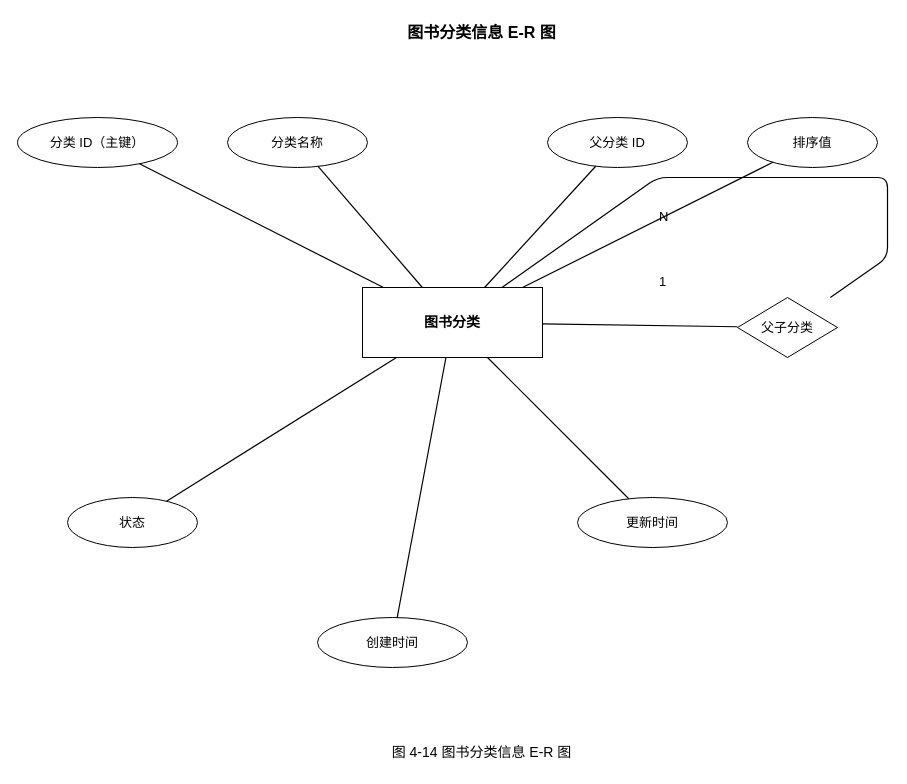
wujiangcai/drawio keeps this draw.io diagram as 4.10图书分类信息E-R图.drawio. Above is the earlier version. Source tidied: cells renumbered, new cells numbered last; positions are measured from the earlier drawing's top-left corner, leaving out a move shared by most shapes. Both pictures are drawn from the tidied source at 100%, with x=0, y=0 at pixel (17, 17).
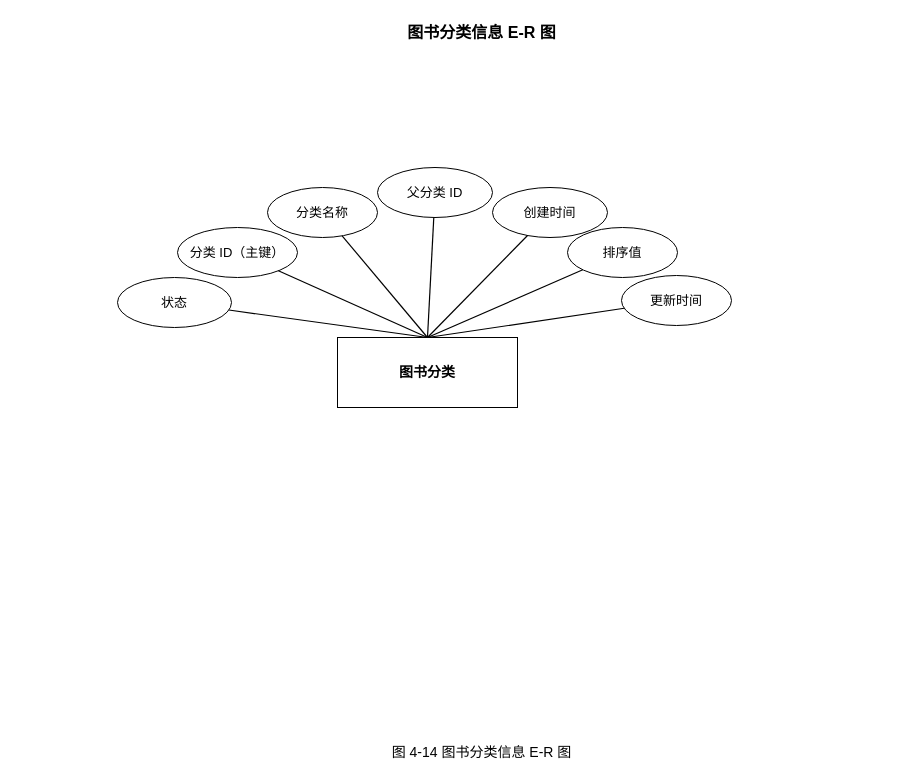
The same diagram, later.

Diff of the diagram source:
```diff
@@
     <mxCell id="3" value="图书分类" style="shape=rectangle;whiteSpace=wrap;html=1;strokeColor=#000000;fillColor=#ffffff;fontSize=14;fontStyle=1;align=center;verticalAlign=middle;" parent="1" vertex="1">
-      <mxGeometry x="345" y="270" width="180" height="70" as="geometry" />
+      <mxGeometry x="320" y="320" width="180" height="70" as="geometry" />
     </mxCell>
     <mxCell id="4" value="分类 ID（主键）" style="ellipse;whiteSpace=wrap;html=1;strokeColor=#000000;fillColor=#ffffff;fontSize=13;" parent="1" vertex="1">
-      <mxGeometry y="100" width="160" height="50" as="geometry" />
+      <mxGeometry x="160" y="210" width="120" height="50" as="geometry" />
     </mxCell>
     <mxCell id="5" value="分类名称" style="ellipse;whiteSpace=wrap;html=1;strokeColor=#000000;fillColor=#ffffff;fontSize=13;" parent="1" vertex="1">
-      <mxGeometry x="210" y="100" width="140" height="50" as="geometry" />
+      <mxGeometry x="250" y="170" width="110" height="50" as="geometry" />
     </mxCell>
     <mxCell id="6" value="父分类 ID" style="ellipse;whiteSpace=wrap;html=1;strokeColor=#000000;fillColor=#ffffff;fontSize=13;" parent="1" vertex="1">
-      <mxGeometry x="530" y="100" width="140" height="50" as="geometry" />
+      <mxGeometry x="360" y="150" width="115" height="50" as="geometry" />
     </mxCell>
     <mxCell id="7" value="排序值" style="ellipse;whiteSpace=wrap;html=1;strokeColor=#000000;fillColor=#ffffff;fontSize=13;" parent="1" vertex="1">
-      <mxGeometry x="730" y="100" width="130" height="50" as="geometry" />
+      <mxGeometry x="550" y="210" width="110" height="50" as="geometry" />
     </mxCell>
     <mxCell id="8" value="状态" style="ellipse;whiteSpace=wrap;html=1;strokeColor=#000000;fillColor=#ffffff;fontSize=13;" parent="1" vertex="1">
-      <mxGeometry x="50" y="480" width="130" height="50" as="geometry" />
+      <mxGeometry x="100" y="260" width="114" height="50" as="geometry" />
     </mxCell>
     <mxCell id="9" value="创建时间" style="ellipse;whiteSpace=wrap;html=1;strokeColor=#000000;fillColor=#ffffff;fontSize=13;" parent="1" vertex="1">
-      <mxGeometry x="300" y="600" width="150" height="50" as="geometry" />
+      <mxGeometry x="475" y="170" width="115" height="50" as="geometry" />
     </mxCell>
     <mxCell id="10" value="更新时间" style="ellipse;whiteSpace=wrap;html=1;strokeColor=#000000;fillColor=#ffffff;fontSize=13;" parent="1" vertex="1">
-      <mxGeometry x="560" y="480" width="150" height="50" as="geometry" />
+      <mxGeometry x="604" y="258" width="110" height="50" as="geometry" />
     </mxCell>
-    <mxCell id="11" value="父子分类" style="shape=rhombus;whiteSpace=wrap;html=1;strokeColor=#000000;fillColor=#ffffff;fontSize=13;" parent="1" vertex="1">
-      <mxGeometry x="720" y="280" width="100" height="60" as="geometry" />
-    </mxCell>
-    <mxCell id="12" style="endArrow=none;strokeColor=#000000;strokeWidth=1.2;" parent="1" edge="1" source="3" target="4">
+    <mxCell id="12" style="endArrow=none;strokeColor=#000000;strokeWidth=1.2;exitX=0.5;exitY=0;exitDx=0;exitDy=0;" parent="1" edge="1" source="3" target="4">
       <mxGeometry relative="1" as="geometry" />
     </mxCell>
-    <mxCell id="13" style="endArrow=none;strokeColor=#000000;strokeWidth=1.2;" parent="1" edge="1" source="3" target="5">
+    <mxCell id="13" style="endArrow=none;strokeColor=#000000;strokeWidth=1.2;exitX=0.5;exitY=0;exitDx=0;exitDy=0;" parent="1" edge="1" source="3" target="5">
       <mxGeometry relative="1" as="geometry" />
     </mxCell>
-    <mxCell id="14" style="endArrow=none;strokeColor=#000000;strokeWidth=1.2;" parent="1" edge="1" source="3" target="6">
+    <mxCell id="14" style="endArrow=none;strokeColor=#000000;strokeWidth=1.2;exitX=0.5;exitY=0;exitDx=0;exitDy=0;" parent="1" edge="1" source="3" target="6">
       <mxGeometry relative="1" as="geometry" />
     </mxCell>
-    <mxCell id="15" style="endArrow=none;strokeColor=#000000;strokeWidth=1.2;" parent="1" edge="1" source="3" target="7">
+    <mxCell id="15" style="endArrow=none;strokeColor=#000000;strokeWidth=1.2;exitX=0.5;exitY=0;exitDx=0;exitDy=0;" parent="1" edge="1" source="3" target="7">
       <mxGeometry relative="1" as="geometry" />
     </mxCell>
-    <mxCell id="16" style="endArrow=none;strokeColor=#000000;strokeWidth=1.2;" parent="1" edge="1" source="3" target="8">
+    <mxCell id="16" style="endArrow=none;strokeColor=#000000;strokeWidth=1.2;exitX=0.5;exitY=0;exitDx=0;exitDy=0;" parent="1" edge="1" source="3" target="8">
       <mxGeometry relative="1" as="geometry" />
     </mxCell>
-    <mxCell id="17" style="endArrow=none;strokeColor=#000000;strokeWidth=1.2;" parent="1" edge="1" source="3" target="9">
+    <mxCell id="17" style="endArrow=none;strokeColor=#000000;strokeWidth=1.2;exitX=0.5;exitY=0;exitDx=0;exitDy=0;" parent="1" edge="1" source="3" target="9">
       <mxGeometry relative="1" as="geometry" />
     </mxCell>
-    <mxCell id="18" style="endArrow=none;strokeColor=#000000;strokeWidth=1.2;" parent="1" edge="1" source="3" target="10">
+    <mxCell id="18" style="endArrow=none;strokeColor=#000000;strokeWidth=1.2;exitX=0.5;exitY=0;exitDx=0;exitDy=0;" parent="1" edge="1" source="3" target="10">
       <mxGeometry relative="1" as="geometry" />
     </mxCell>
-    <mxCell id="19" style="endArrow=none;strokeColor=#000000;strokeWidth=1.2;" parent="1" edge="1" source="3" target="11">
-      <mxGeometry relative="1" as="geometry" />
-    </mxCell>
-    <mxCell id="20" style="endArrow=none;strokeColor=#000000;strokeWidth=1.2;rounded=1;" parent="1" edge="1" source="11" target="3">
-      <mxGeometry relative="1" as="geometry">
-        <Array as="points">
-          <mxPoint x="870" y="240" />
-          <mxPoint x="870" y="160" />
-          <mxPoint x="640" y="160" />
-        </Array>
-      </mxGeometry>
-    </mxCell>
-    <mxCell id="21" value="1" style="text;html=1;strokeColor=none;fillColor=none;fontSize=13;" parent="1" vertex="1">
-      <mxGeometry x="640" y="250" width="20" height="20" as="geometry" />
-    </mxCell>
-    <mxCell id="22" value="N" style="text;html=1;strokeColor=none;fillColor=none;fontSize=13;" parent="1" vertex="1">
-      <mxGeometry x="640" y="185" width="20" height="20" as="geometry" />
-    </mxCell>
```
